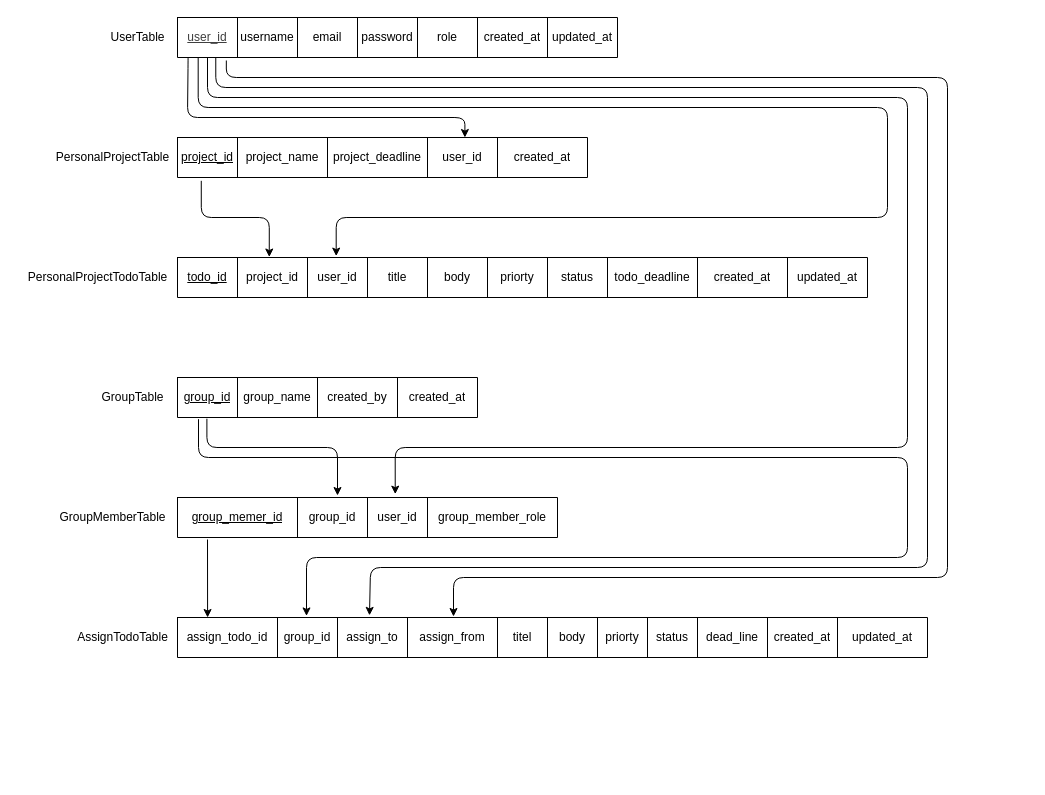
Before: src/drawio/schema.drawio in SaadAlzarea/todo-backend, a draw.io diagram. Source tidied: cells renumbered, new cells numbered last; positions are measured from the earlier drawing's top-left corner, leaving out a move shared by most shapes. Both pictures are drawn from the tidied source at 100%, with x=0, y=0 at pixel (17, 17).
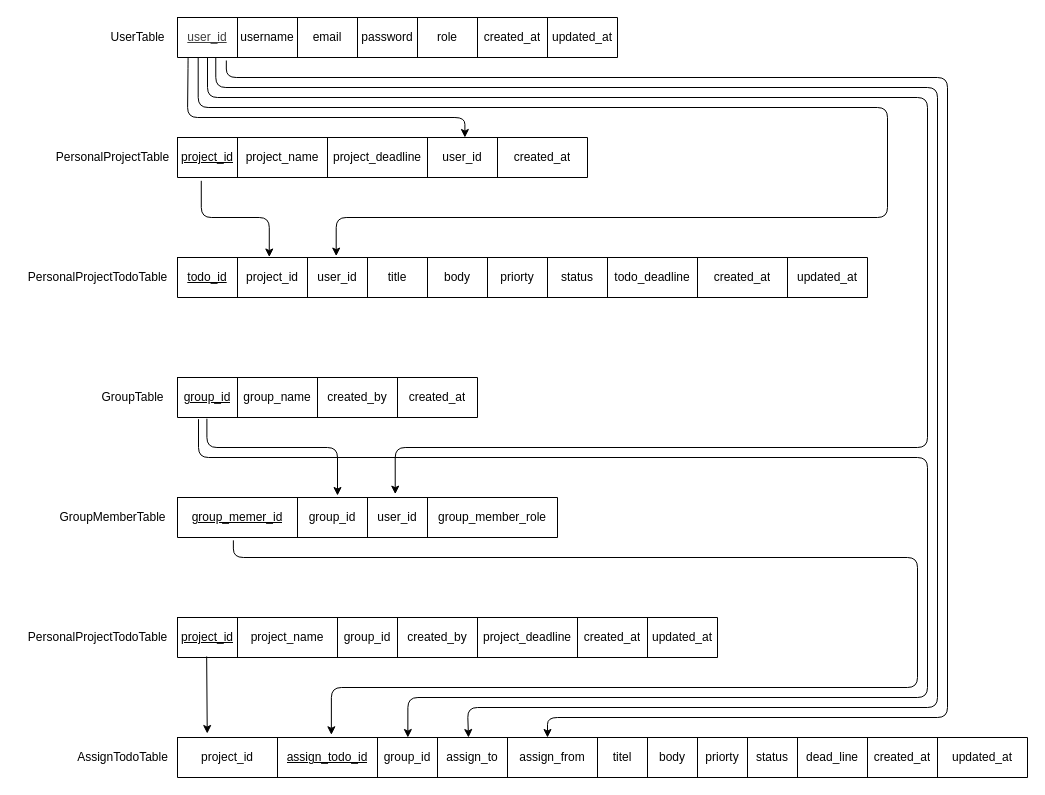
Above is the later version.

The change refers to these unchanged cells:
```xml
<mxCell id="3" style="shape=tableRow;horizontal=0;startSize=0;swimlaneHead=0;swimlaneBody=0;strokeColor=inherit;top=0;left=0;bottom=0;right=0;fillColor=none;points=[[0,0.5],[1,0.5]];portConstraint=eastwest;" parent="2" vertex="1">
  <mxGeometry width="440" height="40" as="geometry" />
</mxCell>
<mxCell id="34" style="shape=tableRow;horizontal=0;startSize=0;swimlaneHead=0;swimlaneBody=0;strokeColor=inherit;top=0;left=0;bottom=0;right=0;fillColor=none;points=[[0,0.5],[1,0.5]];portConstraint=eastwest;" parent="33" vertex="1">
  <mxGeometry width="300" height="40" as="geometry" />
</mxCell>
<mxCell id="41" style="shape=tableRow;horizontal=0;startSize=0;swimlaneHead=0;swimlaneBody=0;strokeColor=inherit;top=0;left=0;bottom=0;right=0;fillColor=none;points=[[0,0.5],[1,0.5]];portConstraint=eastwest;" parent="40" vertex="1">
  <mxGeometry width="380" height="40" as="geometry" />
</mxCell>
```

Change to the diagram source:
```diff
@@
     <mxCell id="47" style="shape=table;startSize=0;childLayout=tableLayout;" parent="1" vertex="1">
-      <mxGeometry x="160" y="600" width="750" height="40" as="geometry" />
+      <mxGeometry x="160" y="720" width="850" height="40" as="geometry" />
     </mxCell>
     <mxCell id="48" style="shape=tableRow;horizontal=0;startSize=0;swimlaneHead=0;swimlaneBody=0;strokeColor=inherit;top=0;left=0;bottom=0;right=0;fillColor=none;points=[[0,0.5],[1,0.5]];portConstraint=eastwest;" parent="47" vertex="1">
-      <mxGeometry width="750" height="40" as="geometry" />
+      <mxGeometry width="850" height="40" as="geometry" />
     </mxCell>
+    <mxCell id="70" value="project_id" style="shape=partialRectangle;html=1;whiteSpace=wrap;strokeColor=inherit;overflow=hidden;fillColor=none;top=0;left=0;bottom=0;right=0;" parent="48" vertex="1">
+      <mxGeometry width="100" height="40" as="geometry" />
+    </mxCell>
-    <mxCell id="49" value="assign_todo_id" style="shape=partialRectangle;html=1;whiteSpace=wrap;strokeColor=inherit;overflow=hidden;fillColor=none;top=0;left=0;bottom=0;right=0;" parent="48" vertex="1">
-      <mxGeometry width="100" height="40" as="geometry" />
+    <mxCell id="49" value="&lt;u&gt;assign_todo_id&lt;/u&gt;" style="shape=partialRectangle;html=1;whiteSpace=wrap;strokeColor=inherit;overflow=hidden;fillColor=none;top=0;left=0;bottom=0;right=0;" parent="48" vertex="1">
+      <mxGeometry x="100" width="100" height="40" as="geometry" />
     </mxCell>
     <mxCell id="50" value="group_id" style="shape=partialRectangle;html=1;whiteSpace=wrap;strokeColor=inherit;overflow=hidden;fillColor=none;top=0;left=0;bottom=0;right=0;" parent="48" vertex="1">
-      <mxGeometry x="100" width="60" height="40" as="geometry" />
+      <mxGeometry x="200" width="60" height="40" as="geometry" />
     </mxCell>
     <mxCell id="51" value="assign_to" style="shape=partialRectangle;html=1;whiteSpace=wrap;strokeColor=inherit;overflow=hidden;fillColor=none;top=0;left=0;bottom=0;right=0;" parent="48" vertex="1">
-      <mxGeometry x="160" width="70" height="40" as="geometry" />
+      <mxGeometry x="260" width="70" height="40" as="geometry" />
     </mxCell>
     <mxCell id="52" value="assign_from" style="shape=partialRectangle;html=1;whiteSpace=wrap;strokeColor=inherit;overflow=hidden;fillColor=none;top=0;left=0;bottom=0;right=0;" parent="48" vertex="1">
-      <mxGeometry x="230" width="90" height="40" as="geometry" />
+      <mxGeometry x="330" width="90" height="40" as="geometry" />
     </mxCell>
     <mxCell id="53" value="titel" style="shape=partialRectangle;html=1;whiteSpace=wrap;strokeColor=inherit;overflow=hidden;fillColor=none;top=0;left=0;bottom=0;right=0;" parent="48" vertex="1">
-      <mxGeometry x="320" width="50" height="40" as="geometry" />
+      <mxGeometry x="420" width="50" height="40" as="geometry" />
     </mxCell>
     <mxCell id="54" value="body" style="shape=partialRectangle;html=1;whiteSpace=wrap;strokeColor=inherit;overflow=hidden;fillColor=none;top=0;left=0;bottom=0;right=0;" parent="48" vertex="1">
-      <mxGeometry x="370" width="50" height="40" as="geometry" />
+      <mxGeometry x="470" width="50" height="40" as="geometry" />
     </mxCell>
     <mxCell id="55" value="&lt;span style=&quot;color: rgb(0, 0, 0);&quot;&gt;priorty&lt;/span&gt;" style="shape=partialRectangle;html=1;whiteSpace=wrap;strokeColor=inherit;overflow=hidden;fillColor=none;top=0;left=0;bottom=0;right=0;" parent="48" vertex="1">
-      <mxGeometry x="420" width="50" height="40" as="geometry" />
+      <mxGeometry x="520" width="50" height="40" as="geometry" />
     </mxCell>
     <mxCell id="56" value="status" style="shape=partialRectangle;html=1;whiteSpace=wrap;strokeColor=inherit;overflow=hidden;fillColor=none;top=0;left=0;bottom=0;right=0;" parent="48" vertex="1">
-      <mxGeometry x="470" width="50" height="40" as="geometry" />
+      <mxGeometry x="570" width="50" height="40" as="geometry" />
     </mxCell>
     <mxCell id="57" value="dead_line" style="shape=partialRectangle;html=1;whiteSpace=wrap;strokeColor=inherit;overflow=hidden;fillColor=none;top=0;left=0;bottom=0;right=0;" parent="48" vertex="1">
-      <mxGeometry x="520" width="70" height="40" as="geometry" />
+      <mxGeometry x="620" width="70" height="40" as="geometry" />
     </mxCell>
     <mxCell id="58" value="&lt;span style=&quot;color: rgb(0, 0, 0);&quot;&gt;created_at&lt;/span&gt;" style="shape=partialRectangle;html=1;whiteSpace=wrap;strokeColor=inherit;overflow=hidden;fillColor=none;top=0;left=0;bottom=0;right=0;" parent="48" vertex="1">
-      <mxGeometry x="590" width="70" height="40" as="geometry" />
+      <mxGeometry x="690" width="70" height="40" as="geometry" />
     </mxCell>
     <mxCell id="59" value="&lt;span style=&quot;color: rgb(0, 0, 0);&quot;&gt;updated_at&lt;/span&gt;" style="shape=partialRectangle;html=1;whiteSpace=wrap;strokeColor=inherit;overflow=hidden;fillColor=none;top=0;left=0;bottom=0;right=0;" parent="48" vertex="1">
-      <mxGeometry x="660" width="90" height="40" as="geometry" />
+      <mxGeometry x="760" width="90" height="40" as="geometry" />
     </mxCell>
     <mxCell id="60" value="&lt;span style=&quot;background-color: rgb(255, 255, 255);&quot;&gt;AssignTodoTable&lt;/span&gt;" style="text;html=1;align=center;verticalAlign=middle;strokeColor=none;fillColor=none;" parent="1" vertex="1">
-      <mxGeometry x="50" y="605" width="110" height="30" as="geometry" />
+      <mxGeometry x="50" y="725" width="110" height="30" as="geometry" />
     </mxCell>
@@
     <mxCell id="65" style="endArrow=classic;html=1;edgeStyle=orthogonalEdgeStyle;entryX=0.573;entryY=-0.084;entryDx=0;entryDy=0;entryPerimeter=0;" parent="1" edge="1" source="3" target="41">
       <mxGeometry relative="1" as="geometry">
         <Array as="points">
           <mxPoint x="190" y="80" />
-          <mxPoint x="890" y="80" />
-          <mxPoint x="890" y="430" />
+          <mxPoint x="910" y="80" />
+          <mxPoint x="910" y="430" />
           <mxPoint x="378" y="430" />
         </Array>
       </mxGeometry>
     </mxCell>
-    <mxCell id="66" style="endArrow=classic;html=1;exitX=0.132;exitY=1.05;exitDx=0;exitDy=0;exitPerimeter=0;entryX=0.067;entryY=0;entryDx=0;entryDy=0;entryPerimeter=0;" parent="1" edge="1">
-      <mxGeometry relative="1" as="geometry">
-        <mxPoint x="190" y="522" as="sourcePoint" />
-        <mxPoint x="190.1" y="600" as="targetPoint" />
-      </mxGeometry>
-    </mxCell>
-    <mxCell id="67" style="endArrow=classic;html=1;exitX=0.07;exitY=1.042;exitDx=0;exitDy=0;exitPerimeter=0;entryX=0.172;entryY=-0.039;entryDx=0;entryDy=0;entryPerimeter=0;edgeStyle=orthogonalEdgeStyle;" parent="1" edge="1" source="34" target="48">
+    <mxCell id="67" style="endArrow=classic;html=1;exitX=0.07;exitY=1.042;exitDx=0;exitDy=0;exitPerimeter=0;entryX=0.271;entryY=0;entryDx=0;entryDy=0;entryPerimeter=0;edgeStyle=orthogonalEdgeStyle;" parent="1" edge="1" source="34" target="48">
       <mxGeometry relative="1" as="geometry">
         <Array as="points">
           <mxPoint x="181" y="440" />
-          <mxPoint x="890" y="440" />
-          <mxPoint x="890" y="540" />
-          <mxPoint x="289" y="540" />
+          <mxPoint x="910" y="440" />
+          <mxPoint x="910" y="680" />
+          <mxPoint x="390" y="680" />
         </Array>
       </mxGeometry>
     </mxCell>
-    <mxCell id="68" style="endArrow=classic;html=1;exitX=0.087;exitY=1.008;exitDx=0;exitDy=0;exitPerimeter=0;entryX=0.256;entryY=-0.053;entryDx=0;entryDy=0;entryPerimeter=0;edgeStyle=orthogonalEdgeStyle;" parent="1" edge="1" source="3" target="48">
+    <mxCell id="68" style="endArrow=classic;html=1;exitX=0.087;exitY=1.008;exitDx=0;exitDy=0;exitPerimeter=0;edgeStyle=orthogonalEdgeStyle;" parent="1" edge="1" source="3">
       <mxGeometry relative="1" as="geometry">
+        <mxPoint x="451" y="720" as="targetPoint" />
         <Array as="points">
           <mxPoint x="198" y="70" />
-          <mxPoint x="910" y="70" />
-          <mxPoint x="910" y="550" />
-          <mxPoint x="353" y="550" />
-          <mxPoint x="353" y="598" />
+          <mxPoint x="920" y="70" />
+          <mxPoint x="920" y="690" />
+          <mxPoint x="450" y="690" />
+          <mxPoint x="450" y="720" />
         </Array>
       </mxGeometry>
     </mxCell>
-    <mxCell id="69" style="endArrow=classic;html=1;exitX=0.111;exitY=1.075;exitDx=0;exitDy=0;exitPerimeter=0;entryX=0.368;entryY=-0.025;entryDx=0;entryDy=0;entryPerimeter=0;edgeStyle=orthogonalEdgeStyle;" parent="1" edge="1" source="3" target="48">
+    <mxCell id="69" style="endArrow=classic;html=1;exitX=0.111;exitY=1.075;exitDx=0;exitDy=0;exitPerimeter=0;edgeStyle=orthogonalEdgeStyle;" parent="1" edge="1" source="3">
       <mxGeometry relative="1" as="geometry">
+        <mxPoint x="530" y="720" as="targetPoint" />
         <Array as="points">
           <mxPoint x="209" y="60" />
           <mxPoint x="930" y="60" />
-          <mxPoint x="930" y="560" />
-          <mxPoint x="436" y="560" />
+          <mxPoint x="930" y="700" />
+          <mxPoint x="530" y="700" />
         </Array>
       </mxGeometry>
     </mxCell>
+    <mxCell id="71" style="endArrow=classic;html=1;exitX=0.147;exitY=1.071;exitDx=0;exitDy=0;exitPerimeter=0;edgeStyle=orthogonalEdgeStyle;entryX=0.181;entryY=-0.068;entryDx=0;entryDy=0;entryPerimeter=0;" parent="1" edge="1" source="41" target="48">
+      <mxGeometry relative="1" as="geometry">
+        <Array as="points">
+          <mxPoint x="216" y="540" />
+          <mxPoint x="900" y="540" />
+          <mxPoint x="900" y="670" />
+          <mxPoint x="314" y="670" />
+        </Array>
+      </mxGeometry>
+    </mxCell>
+    <mxCell id="72" value="&lt;div style=&quot;&quot;&gt;&lt;span style=&quot;background-color: transparent;&quot;&gt;PersonalProjectTodoTable&lt;/span&gt;&lt;/div&gt;" style="text;html=1;align=center;verticalAlign=middle;strokeColor=none;fillColor=none;rotation=0;" parent="1" vertex="1">
+      <mxGeometry y="605" width="160" height="30" as="geometry" />
+    </mxCell>
+    <mxCell id="73" style="shape=table;startSize=0;childLayout=tableLayout;" parent="1" vertex="1">
+      <mxGeometry x="160" y="600" width="540" height="40" as="geometry" />
+    </mxCell>
+    <mxCell id="74" style="shape=tableRow;horizontal=0;startSize=0;swimlaneHead=0;swimlaneBody=0;strokeColor=inherit;top=0;left=0;bottom=0;right=0;fillColor=none;points=[[0,0.5],[1,0.5]];portConstraint=eastwest;" parent="73" vertex="1">
+      <mxGeometry width="540" height="40" as="geometry" />
+    </mxCell>
+    <mxCell id="75" value="&lt;u&gt;project_id&lt;/u&gt;" style="shape=partialRectangle;html=1;whiteSpace=wrap;strokeColor=inherit;overflow=hidden;fillColor=none;top=0;left=0;bottom=0;right=0;" parent="74" vertex="1">
+      <mxGeometry width="60" height="40" as="geometry" />
+    </mxCell>
+    <mxCell id="76" value="project_name" style="shape=partialRectangle;html=1;whiteSpace=wrap;strokeColor=inherit;overflow=hidden;fillColor=none;top=0;left=0;bottom=0;right=0;" parent="74" vertex="1">
+      <mxGeometry x="60" width="100" height="40" as="geometry" />
+    </mxCell>
+    <mxCell id="77" value="group_id" style="shape=partialRectangle;html=1;whiteSpace=wrap;strokeColor=inherit;overflow=hidden;fillColor=none;top=0;left=0;bottom=0;right=0;" parent="74" vertex="1">
+      <mxGeometry x="160" width="60" height="40" as="geometry" />
+    </mxCell>
+    <mxCell id="78" value="created_by" style="shape=partialRectangle;html=1;whiteSpace=wrap;strokeColor=inherit;overflow=hidden;fillColor=none;top=0;left=0;bottom=0;right=0;" parent="74" vertex="1">
+      <mxGeometry x="220" width="80" height="40" as="geometry" />
+    </mxCell>
+    <mxCell id="79" value="project_deadline" style="shape=partialRectangle;html=1;whiteSpace=wrap;strokeColor=inherit;overflow=hidden;fillColor=none;top=0;left=0;bottom=0;right=0;" parent="74" vertex="1">
+      <mxGeometry x="300" width="100" height="40" as="geometry" />
+    </mxCell>
+    <mxCell id="80" value="&lt;span style=&quot;color: rgb(0, 0, 0);&quot;&gt;created_at&lt;/span&gt;" style="shape=partialRectangle;html=1;whiteSpace=wrap;strokeColor=inherit;overflow=hidden;fillColor=none;top=0;left=0;bottom=0;right=0;" parent="74" vertex="1">
+      <mxGeometry x="400" width="70" height="40" as="geometry" />
+    </mxCell>
+    <mxCell id="81" value="&lt;span style=&quot;color: rgb(0, 0, 0);&quot;&gt;updated_at&lt;/span&gt;" style="shape=partialRectangle;html=1;whiteSpace=wrap;strokeColor=inherit;overflow=hidden;fillColor=none;top=0;left=0;bottom=0;right=0;" parent="74" vertex="1">
+      <mxGeometry x="470" width="70" height="40" as="geometry" />
+    </mxCell>
+    <mxCell id="82" style="endArrow=classic;html=1;exitX=0.054;exitY=0.975;exitDx=0;exitDy=0;exitPerimeter=0;entryX=0.035;entryY=-0.1;entryDx=0;entryDy=0;entryPerimeter=0;" parent="1" edge="1" source="74" target="48">
+      <mxGeometry relative="1" as="geometry" />
+    </mxCell>
```
